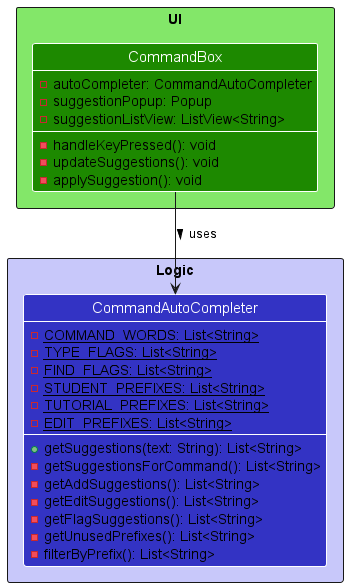
This is docs/images/AutocompleteClassDiagram.png from ojunyi/tp, a PlantUML export, as it was before one commit.
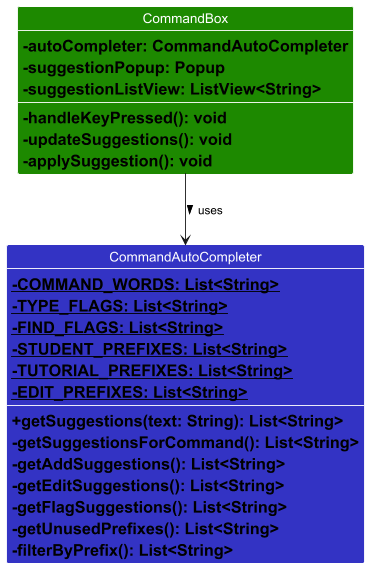
After the change.

What changed in the source:
```diff
@@ -2,35 +2,34 @@
 !include style.puml
 skinparam ArrowFontStyle plain
 
-package UI <<Rectangle>> UI_COLOR_T1 {
-    class CommandBox UI_COLOR {
-        -autoCompleter: CommandAutoCompleter
-        -suggestionPopup: Popup
-        -suggestionListView: ListView<String>
-        -handleKeyPressed(): void
-        -updateSuggestions(): void
-        -applySuggestion(): void
-    }
 
+class CommandBox UI_COLOR {
+    =-autoCompleter: CommandAutoCompleter
+    =-suggestionPopup: Popup
+    =-suggestionListView: ListView<String>
+    =-handleKeyPressed(): void
+    =-updateSuggestions(): void
+    =-applySuggestion(): void
 }
 
-package Logic <<Rectangle>> LOGIC_COLOR_T1 {
-    class CommandAutoCompleter LOGIC_COLOR {
-        -{static} COMMAND_WORDS: List<String>
-        -{static} TYPE_FLAGS: List<String>
-        -{static} FIND_FLAGS: List<String>
-        -{static} STUDENT_PREFIXES: List<String>
-        -{static} TUTORIAL_PREFIXES: List<String>
-        -{static} EDIT_PREFIXES: List<String>
-        +getSuggestions(text: String): List<String>
-        -getSuggestionsForCommand(): List<String>
-        -getAddSuggestions(): List<String>
-        -getEditSuggestions(): List<String>
-        -getFlagSuggestions(): List<String>
-        -getUnusedPrefixes(): List<String>
-        -filterByPrefix(): List<String>
-    }
+
+
+class CommandAutoCompleter LOGIC_COLOR {
+    =-{static} COMMAND_WORDS: List<String>
+    =-{static} TYPE_FLAGS: List<String>
+    =-{static} FIND_FLAGS: List<String>
+    =-{static} STUDENT_PREFIXES: List<String>
+    =-{static} TUTORIAL_PREFIXES: List<String>
+    =-{static} EDIT_PREFIXES: List<String>
+    =+getSuggestions(text: String): List<String>
+    =-getSuggestionsForCommand(): List<String>
+    =-getAddSuggestions(): List<String>
+    =-getEditSuggestions(): List<String>
+    =-getFlagSuggestions(): List<String>
+    =-getUnusedPrefixes(): List<String>
+    =-filterByPrefix(): List<String>
 }
+
 
 show CommandBox members
 show CommandAutoCompleter members
```
